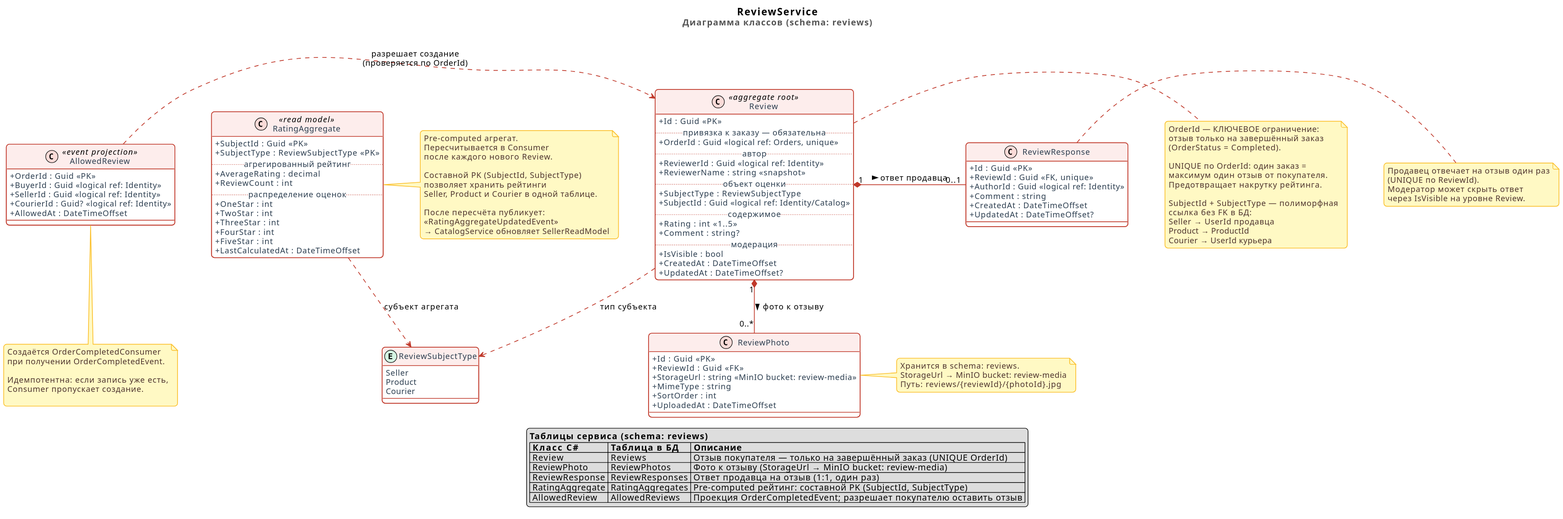
Earlier version of the PlantUML export docs/diagrams/svg/review-service.svg (LocMp-olegg/LocalMarketplace).
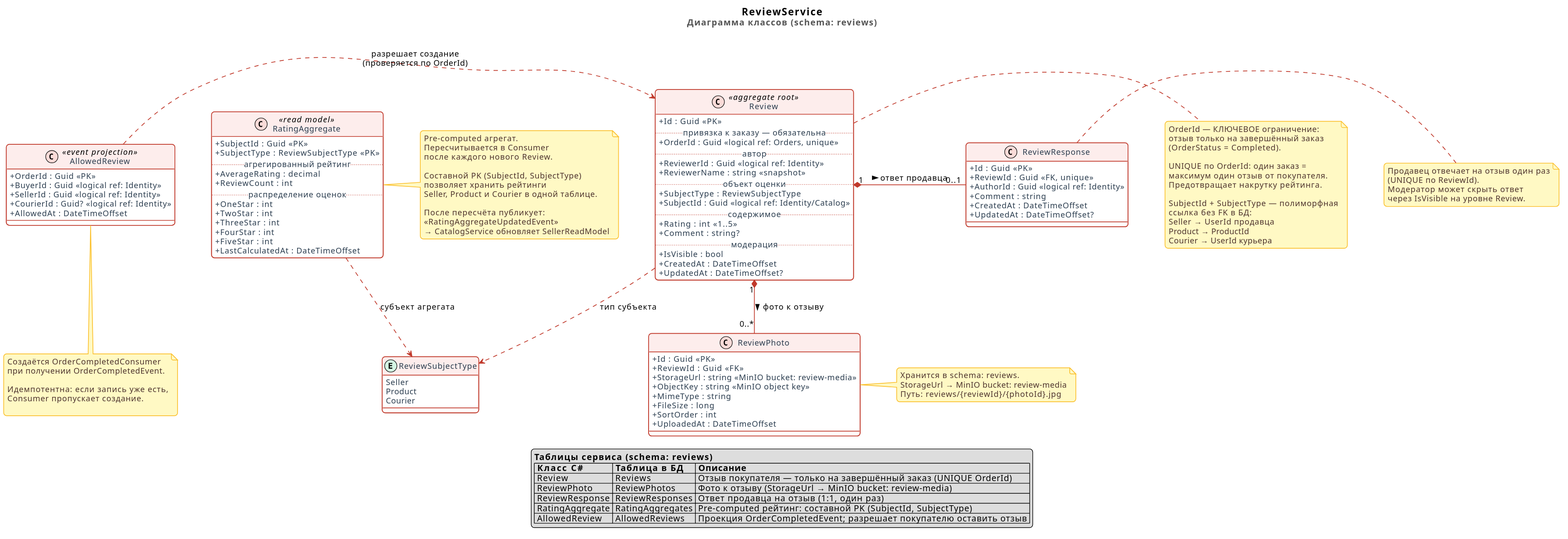
The same diagram one commit later.

What changed in the source:
```diff
@@ -69,7 +69,9 @@
     + Id : Guid <<PK>>
     + ReviewId : Guid <<FK>>
     + StorageUrl : string <<MinIO bucket: review-media>>
+    + ObjectKey : string <<MinIO object key>>
     + MimeType : string
+    + FileSize : long
     + SortOrder : int
     + UploadedAt : DateTimeOffset
 }
```
